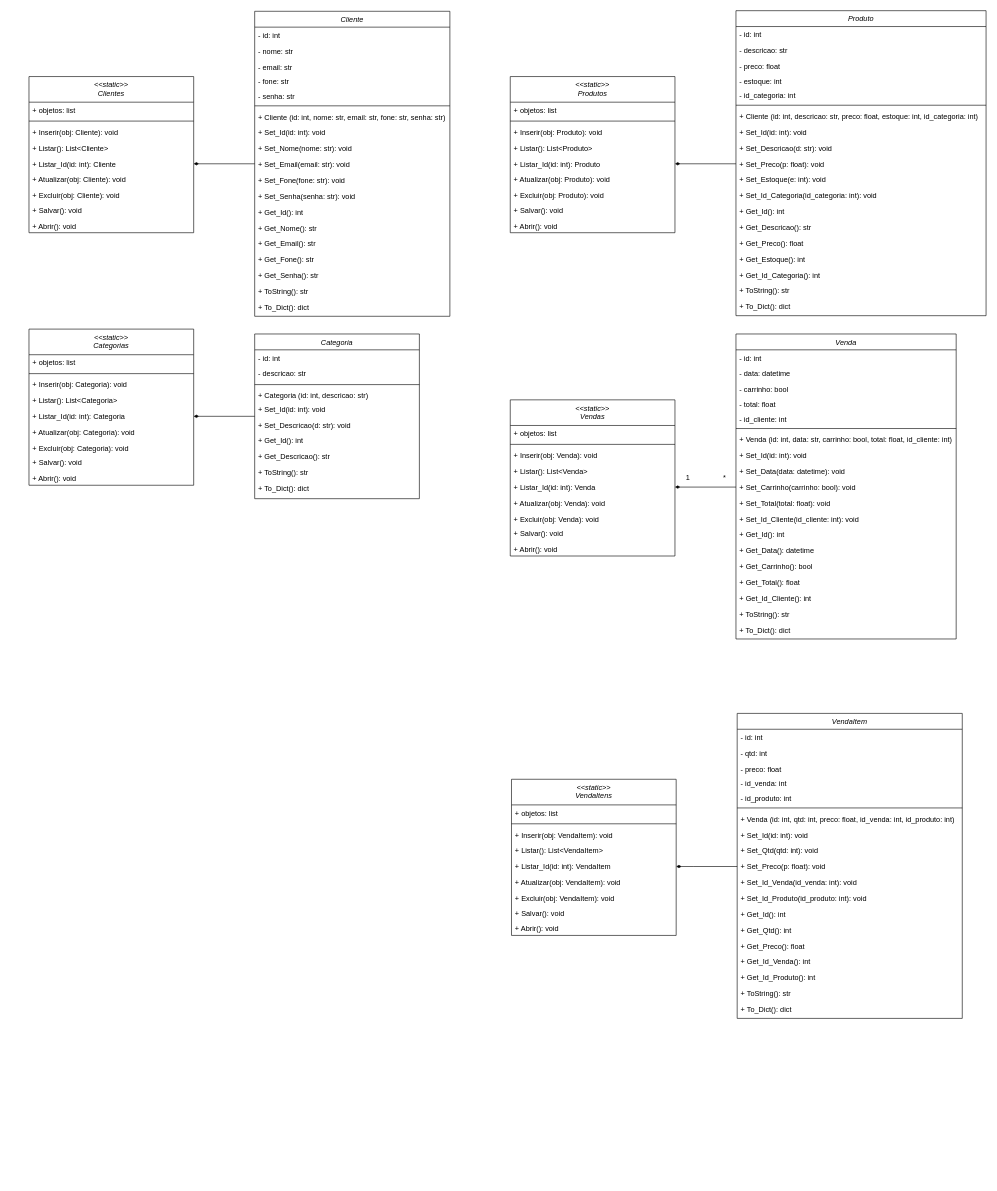
rubythais/Aulas_POO keeps this draw.io diagram as Diagrama sem nome.drawio. Above is the earlier version. Source tidied: cells renumbered, new cells numbered last; positions are measured from the earlier drawing's top-left corner, leaving out a move shared by most shapes. Both pictures are drawn from the tidied source at 61%, with x=0, y=0 at pixel (29, 10).
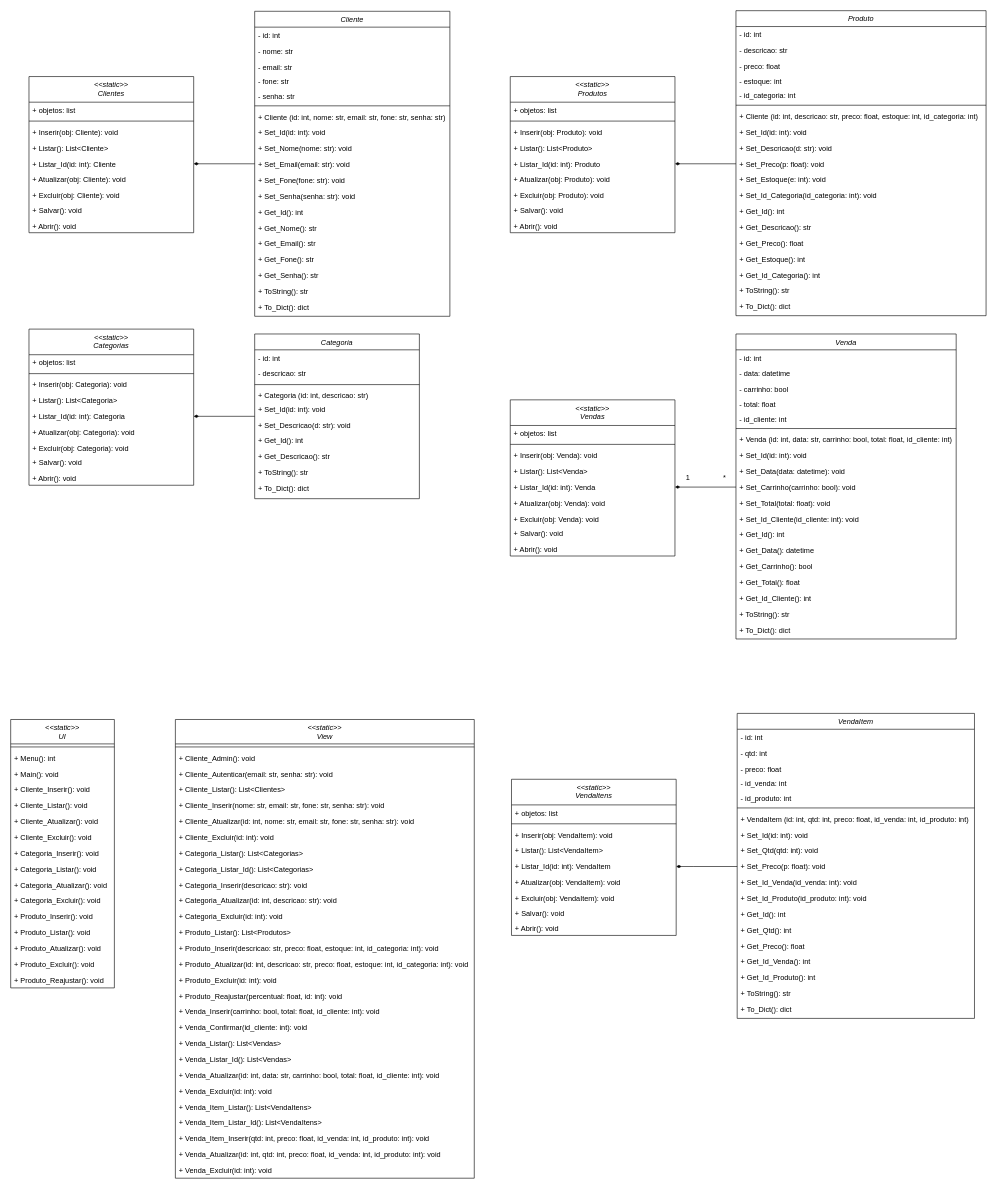
The same diagram, later.

What changed in the source:
```diff
@@
     <mxCell id="119" value="VendaItem" style="swimlane;fontStyle=2;align=center;verticalAlign=top;horizontal=1;startSize=26;rounded=0;shadow=0;strokeWidth=1;" parent="1" vertex="1">
-      <mxGeometry x="1161" y="1152" width="369" height="500" as="geometry" />
+      <mxGeometry x="1161" y="1152" width="389" height="500" as="geometry" />
     </mxCell>
     <mxCell id="120" value="- id: int" style="text;align=left;verticalAlign=top;spacingLeft=4;spacingRight=4;overflow=hidden;" parent="119" vertex="1">
-      <mxGeometry y="26" width="369" height="26" as="geometry" />
+      <mxGeometry y="26" width="389" height="26" as="geometry" />
     </mxCell>
     <mxCell id="121" value="- qtd: int" style="text;align=left;verticalAlign=top;spacingLeft=4;spacingRight=4;overflow=hidden;rounded=0;shadow=0;html=0;" parent="119" vertex="1">
-      <mxGeometry y="52" width="369" height="26" as="geometry" />
+      <mxGeometry y="52" width="389" height="26" as="geometry" />
     </mxCell>
     <mxCell id="122" value="- preco: float" style="text;align=left;verticalAlign=top;spacingLeft=4;spacingRight=4;overflow=hidden;rounded=0;shadow=0;html=0;" parent="119" vertex="1">
-      <mxGeometry y="78" width="369" height="24" as="geometry" />
+      <mxGeometry y="78" width="389" height="24" as="geometry" />
     </mxCell>
     <mxCell id="123" value="- id_venda: int" style="text;align=left;verticalAlign=top;spacingLeft=4;spacingRight=4;overflow=hidden;rounded=0;shadow=0;html=0;" parent="119" vertex="1">
-      <mxGeometry y="102" width="369" height="24" as="geometry" />
+      <mxGeometry y="102" width="389" height="24" as="geometry" />
     </mxCell>
     <mxCell id="124" value="- id_produto: int" style="text;align=left;verticalAlign=top;spacingLeft=4;spacingRight=4;overflow=hidden;rounded=0;shadow=0;html=0;" parent="119" vertex="1">
-      <mxGeometry y="126" width="369" height="24" as="geometry" />
+      <mxGeometry y="126" width="389" height="24" as="geometry" />
     </mxCell>
     <mxCell id="125" style="line;html=1;strokeWidth=1;align=left;verticalAlign=middle;spacingTop=-1;spacingLeft=3;spacingRight=3;labelPosition=right;" parent="119" vertex="1">
-      <mxGeometry y="150" width="369" height="10" as="geometry" />
+      <mxGeometry y="150" width="389" height="10" as="geometry" />
     </mxCell>
-    <mxCell id="126" value="+ Venda (id: int, qtd: int, preco: float, id_venda: int, id_produto: int)" style="text;align=left;verticalAlign=top;spacingLeft=4;spacingRight=4;overflow=hidden;" parent="119" vertex="1">
-      <mxGeometry y="160" width="369" height="26" as="geometry" />
+    <mxCell id="126" value="+ VendaItem (id: int, qtd: int, preco: float, id_venda: int, id_produto: int)" style="text;align=left;verticalAlign=top;spacingLeft=4;spacingRight=4;overflow=hidden;" parent="119" vertex="1">
+      <mxGeometry y="160" width="389" height="26" as="geometry" />
     </mxCell>
     <mxCell id="127" value="+ Set_Id(id: int): void" style="text;align=left;verticalAlign=top;spacingLeft=4;spacingRight=4;overflow=hidden;" parent="119" vertex="1">
-      <mxGeometry y="186" width="369" height="26" as="geometry" />
+      <mxGeometry y="186" width="389" height="26" as="geometry" />
     </mxCell>
     <mxCell id="128" value="+ Set_Qtd(qtd: int): void" style="text;align=left;verticalAlign=top;spacingLeft=4;spacingRight=4;overflow=hidden;" parent="119" vertex="1">
-      <mxGeometry y="212" width="369" height="26" as="geometry" />
+      <mxGeometry y="212" width="389" height="26" as="geometry" />
     </mxCell>
     <mxCell id="129" value="+ Set_Preco(p: float): void" style="text;align=left;verticalAlign=top;spacingLeft=4;spacingRight=4;overflow=hidden;points=[[0,0.5],[1,0.5]];portConstraint=eastwest;" parent="119" vertex="1">
-      <mxGeometry y="238" width="369" height="26" as="geometry" />
+      <mxGeometry y="238" width="389" height="26" as="geometry" />
     </mxCell>
     <mxCell id="130" value="+ Set_Id_Venda(id_venda: int): void" style="text;align=left;verticalAlign=top;spacingLeft=4;spacingRight=4;overflow=hidden;" parent="119" vertex="1">
-      <mxGeometry y="264" width="369" height="26" as="geometry" />
+      <mxGeometry y="264" width="389" height="26" as="geometry" />
     </mxCell>
     <mxCell id="131" value="+ Set_Id_Produto(id_produto: int): void" style="text;align=left;verticalAlign=top;spacingLeft=4;spacingRight=4;overflow=hidden;" parent="119" vertex="1">
-      <mxGeometry y="290" width="369" height="26" as="geometry" />
+      <mxGeometry y="290" width="389" height="26" as="geometry" />
     </mxCell>
     <mxCell id="132" value="+ Get_Id(): int" style="text;align=left;verticalAlign=top;spacingLeft=4;spacingRight=4;overflow=hidden;" parent="119" vertex="1">
-      <mxGeometry y="316" width="369" height="26" as="geometry" />
+      <mxGeometry y="316" width="389" height="26" as="geometry" />
     </mxCell>
     <mxCell id="133" value="+ Get_Qtd(): int" style="text;align=left;verticalAlign=top;spacingLeft=4;spacingRight=4;overflow=hidden;" parent="119" vertex="1">
-      <mxGeometry y="342" width="369" height="26" as="geometry" />
+      <mxGeometry y="342" width="389" height="26" as="geometry" />
     </mxCell>
     <mxCell id="134" value="+ Get_Preco(): float" style="text;align=left;verticalAlign=top;spacingLeft=4;spacingRight=4;overflow=hidden;" parent="119" vertex="1">
-      <mxGeometry y="368" width="369" height="26" as="geometry" />
+      <mxGeometry y="368" width="389" height="26" as="geometry" />
     </mxCell>
     <mxCell id="135" value="+ Get_Id_Venda(): int" style="text;align=left;verticalAlign=top;spacingLeft=4;spacingRight=4;overflow=hidden;" parent="119" vertex="1">
-      <mxGeometry y="394" width="369" height="26" as="geometry" />
+      <mxGeometry y="394" width="389" height="26" as="geometry" />
     </mxCell>
     <mxCell id="136" value="+ Get_Id_Produto(): int" style="text;align=left;verticalAlign=top;spacingLeft=4;spacingRight=4;overflow=hidden;" parent="119" vertex="1">
-      <mxGeometry y="420" width="369" height="26" as="geometry" />
+      <mxGeometry y="420" width="389" height="26" as="geometry" />
     </mxCell>
     <mxCell id="137" value="+ ToString(): str" style="text;align=left;verticalAlign=top;spacingLeft=4;spacingRight=4;overflow=hidden;" parent="119" vertex="1">
-      <mxGeometry y="446" width="369" height="26" as="geometry" />
+      <mxGeometry y="446" width="389" height="26" as="geometry" />
     </mxCell>
     <mxCell id="138" value="+ To_Dict(): dict" style="text;align=left;verticalAlign=top;spacingLeft=4;spacingRight=4;overflow=hidden;" parent="119" vertex="1">
-      <mxGeometry y="472" width="369" height="26" as="geometry" />
+      <mxGeometry y="472" width="389" height="26" as="geometry" />
     </mxCell>
@@
+    <mxCell id="150" value="&lt;&lt;static&gt;&gt;&#10;UI" style="swimlane;fontStyle=2;align=center;verticalAlign=top;horizontal=1;startSize=40;rounded=0;shadow=0;strokeWidth=1;" parent="1" vertex="1">
+      <mxGeometry x="-30" y="1162" width="170" height="440" as="geometry" />
+    </mxCell>
+    <mxCell id="151" style="line;html=1;strokeWidth=1;align=left;verticalAlign=middle;spacingTop=-1;spacingLeft=3;spacingRight=3;labelPosition=right;" parent="150" vertex="1">
+      <mxGeometry y="40" width="170" height="10" as="geometry" />
+    </mxCell>
+    <mxCell id="152" value="+ Menu(): int" style="text;align=left;verticalAlign=top;spacingLeft=4;spacingRight=4;overflow=hidden;" parent="150" vertex="1">
+      <mxGeometry y="50" width="170" height="26" as="geometry" />
+    </mxCell>
+    <mxCell id="153" value="+ Main(): void" style="text;align=left;verticalAlign=top;spacingLeft=4;spacingRight=4;overflow=hidden;" parent="150" vertex="1">
+      <mxGeometry y="76" width="170" height="26" as="geometry" />
+    </mxCell>
+    <mxCell id="154" value="+ Cliente_Inserir(): void" style="text;align=left;verticalAlign=top;spacingLeft=4;spacingRight=4;overflow=hidden;" parent="150" vertex="1">
+      <mxGeometry y="102" width="170" height="26" as="geometry" />
+    </mxCell>
+    <mxCell id="155" value="+ Cliente_Listar(): void" style="text;align=left;verticalAlign=top;spacingLeft=4;spacingRight=4;overflow=hidden;" parent="150" vertex="1">
+      <mxGeometry y="128" width="170" height="26" as="geometry" />
+    </mxCell>
+    <mxCell id="156" value="+ Cliente_Atualizar(): void" style="text;align=left;verticalAlign=top;spacingLeft=4;spacingRight=4;overflow=hidden;" parent="150" vertex="1">
+      <mxGeometry y="154" width="170" height="26" as="geometry" />
+    </mxCell>
+    <mxCell id="157" value="+ Cliente_Excluir(): void" style="text;align=left;verticalAlign=top;spacingLeft=4;spacingRight=4;overflow=hidden;" parent="150" vertex="1">
+      <mxGeometry y="180" width="170" height="26" as="geometry" />
+    </mxCell>
+    <mxCell id="158" value="+ Categoria_Inserir(): void" style="text;align=left;verticalAlign=top;spacingLeft=4;spacingRight=4;overflow=hidden;" parent="150" vertex="1">
+      <mxGeometry y="206" width="170" height="26" as="geometry" />
+    </mxCell>
+    <mxCell id="159" value="+ Categoria_Listar(): void" style="text;align=left;verticalAlign=top;spacingLeft=4;spacingRight=4;overflow=hidden;" parent="150" vertex="1">
+      <mxGeometry y="232" width="170" height="26" as="geometry" />
+    </mxCell>
+    <mxCell id="160" value="+ Categoria_Atualizar(): void" style="text;align=left;verticalAlign=top;spacingLeft=4;spacingRight=4;overflow=hidden;" parent="150" vertex="1">
+      <mxGeometry y="258" width="170" height="26" as="geometry" />
+    </mxCell>
+    <mxCell id="161" value="+ Categoria_Excluir(): void" style="text;align=left;verticalAlign=top;spacingLeft=4;spacingRight=4;overflow=hidden;" parent="150" vertex="1">
+      <mxGeometry y="284" width="170" height="26" as="geometry" />
+    </mxCell>
+    <mxCell id="162" value="+ Produto_Inserir(): void" style="text;align=left;verticalAlign=top;spacingLeft=4;spacingRight=4;overflow=hidden;" parent="150" vertex="1">
+      <mxGeometry y="310" width="170" height="26" as="geometry" />
+    </mxCell>
+    <mxCell id="163" value="+ Produto_Listar(): void" style="text;align=left;verticalAlign=top;spacingLeft=4;spacingRight=4;overflow=hidden;" parent="150" vertex="1">
+      <mxGeometry y="336" width="170" height="26" as="geometry" />
+    </mxCell>
+    <mxCell id="164" value="+ Produto_Atualizar(): void" style="text;align=left;verticalAlign=top;spacingLeft=4;spacingRight=4;overflow=hidden;" parent="150" vertex="1">
+      <mxGeometry y="362" width="170" height="26" as="geometry" />
+    </mxCell>
+    <mxCell id="165" value="+ Produto_Excluir(): void" style="text;align=left;verticalAlign=top;spacingLeft=4;spacingRight=4;overflow=hidden;" parent="150" vertex="1">
+      <mxGeometry y="388" width="170" height="26" as="geometry" />
+    </mxCell>
+    <mxCell id="166" value="+ Produto_Reajustar(): void" style="text;align=left;verticalAlign=top;spacingLeft=4;spacingRight=4;overflow=hidden;" parent="150" vertex="1">
+      <mxGeometry y="414" width="170" height="26" as="geometry" />
+    </mxCell>
+    <mxCell id="167" value="&lt;&lt;static&gt;&gt;&#10;View" style="swimlane;fontStyle=2;align=center;verticalAlign=top;horizontal=1;startSize=40;rounded=0;shadow=0;strokeWidth=1;" parent="1" vertex="1">
+      <mxGeometry x="240" y="1162" width="490" height="752" as="geometry" />
+    </mxCell>
+    <mxCell id="168" style="line;html=1;strokeWidth=1;align=left;verticalAlign=middle;spacingTop=-1;spacingLeft=3;spacingRight=3;labelPosition=right;" parent="167" vertex="1">
+      <mxGeometry y="40" width="490" height="10" as="geometry" />
+    </mxCell>
+    <mxCell id="169" value="+ Cliente_Admin(): void" style="text;align=left;verticalAlign=top;spacingLeft=4;spacingRight=4;overflow=hidden;" parent="167" vertex="1">
+      <mxGeometry y="50" width="490" height="26" as="geometry" />
+    </mxCell>
+    <mxCell id="170" value="+ Cliente_Autenticar(email: str, senha: str): void" style="text;align=left;verticalAlign=top;spacingLeft=4;spacingRight=4;overflow=hidden;" parent="167" vertex="1">
+      <mxGeometry y="76" width="490" height="26" as="geometry" />
+    </mxCell>
+    <mxCell id="171" value="+ Cliente_Listar(): List&lt;Clientes&gt;" style="text;align=left;verticalAlign=top;spacingLeft=4;spacingRight=4;overflow=hidden;" parent="167" vertex="1">
+      <mxGeometry y="102" width="490" height="26" as="geometry" />
+    </mxCell>
+    <mxCell id="172" value="+ Cliente_Inserir(nome: str, email: str, fone: str, senha: str): void" style="text;align=left;verticalAlign=top;spacingLeft=4;spacingRight=4;overflow=hidden;" parent="167" vertex="1">
+      <mxGeometry y="128" width="490" height="26" as="geometry" />
+    </mxCell>
+    <mxCell id="173" value="+ Cliente_Atualizar(id: int, nome: str, email: str, fone: str, senha: str): void" style="text;align=left;verticalAlign=top;spacingLeft=4;spacingRight=4;overflow=hidden;" parent="167" vertex="1">
+      <mxGeometry y="154" width="490" height="26" as="geometry" />
+    </mxCell>
+    <mxCell id="174" value="+ Cliente_Excluir(id: int): void" style="text;align=left;verticalAlign=top;spacingLeft=4;spacingRight=4;overflow=hidden;" parent="167" vertex="1">
+      <mxGeometry y="180" width="490" height="26" as="geometry" />
+    </mxCell>
+    <mxCell id="175" value="+ Categoria_Listar(): List&lt;Categorias&gt;" style="text;align=left;verticalAlign=top;spacingLeft=4;spacingRight=4;overflow=hidden;" parent="167" vertex="1">
+      <mxGeometry y="206" width="490" height="26" as="geometry" />
+    </mxCell>
+    <mxCell id="176" value="+ Categoria_Listar_Id(): List&lt;Categorias&gt;" style="text;align=left;verticalAlign=top;spacingLeft=4;spacingRight=4;overflow=hidden;" parent="167" vertex="1">
+      <mxGeometry y="232" width="490" height="26" as="geometry" />
+    </mxCell>
+    <mxCell id="177" value="+ Categoria_Inserir(descricao: str): void" style="text;align=left;verticalAlign=top;spacingLeft=4;spacingRight=4;overflow=hidden;" parent="167" vertex="1">
+      <mxGeometry y="258" width="490" height="26" as="geometry" />
+    </mxCell>
+    <mxCell id="178" value="+ Categoria_Atualizar(id: int, descricao: str): void" style="text;align=left;verticalAlign=top;spacingLeft=4;spacingRight=4;overflow=hidden;" parent="167" vertex="1">
+      <mxGeometry y="284" width="490" height="26" as="geometry" />
+    </mxCell>
+    <mxCell id="179" value="+ Categoria_Excluir(id: int): void" style="text;align=left;verticalAlign=top;spacingLeft=4;spacingRight=4;overflow=hidden;" parent="167" vertex="1">
+      <mxGeometry y="310" width="490" height="26" as="geometry" />
+    </mxCell>
+    <mxCell id="180" value="+ Produto_Listar(): List&lt;Produtos&gt;" style="text;align=left;verticalAlign=top;spacingLeft=4;spacingRight=4;overflow=hidden;" parent="167" vertex="1">
+      <mxGeometry y="336" width="490" height="26" as="geometry" />
+    </mxCell>
+    <mxCell id="181" value="+ Produto_Inserir(descricao: str, preco: float, estoque: int, id_categoria: int): void" style="text;align=left;verticalAlign=top;spacingLeft=4;spacingRight=4;overflow=hidden;" parent="167" vertex="1">
+      <mxGeometry y="362" width="490" height="26" as="geometry" />
+    </mxCell>
+    <mxCell id="182" value="+ Produto_Atualizar(id: int, descricao: str, preco: float, estoque: int, id_categoria: int): void" style="text;align=left;verticalAlign=top;spacingLeft=4;spacingRight=4;overflow=hidden;" parent="167" vertex="1">
+      <mxGeometry y="388" width="490" height="26" as="geometry" />
+    </mxCell>
+    <mxCell id="183" value="+ Produto_Excluir(id: int): void" style="text;align=left;verticalAlign=top;spacingLeft=4;spacingRight=4;overflow=hidden;" parent="167" vertex="1">
+      <mxGeometry y="414" width="490" height="26" as="geometry" />
+    </mxCell>
+    <mxCell id="184" value="+ Produto_Reajustar(percentual: float, id: int): void" style="text;align=left;verticalAlign=top;spacingLeft=4;spacingRight=4;overflow=hidden;" parent="167" vertex="1">
+      <mxGeometry y="440" width="490" height="26" as="geometry" />
+    </mxCell>
+    <mxCell id="185" value="+ Venda_Inserir(carrinho: bool, total: float, id_cliente: int): void" style="text;align=left;verticalAlign=top;spacingLeft=4;spacingRight=4;overflow=hidden;" parent="167" vertex="1">
+      <mxGeometry y="466" width="490" height="26" as="geometry" />
+    </mxCell>
+    <mxCell id="186" value="+ Venda_Confirmar(id_cliente: int): void" style="text;align=left;verticalAlign=top;spacingLeft=4;spacingRight=4;overflow=hidden;" parent="167" vertex="1">
+      <mxGeometry y="492" width="490" height="26" as="geometry" />
+    </mxCell>
+    <mxCell id="187" value="+ Venda_Listar(): List&lt;Vendas&gt;" style="text;align=left;verticalAlign=top;spacingLeft=4;spacingRight=4;overflow=hidden;" parent="167" vertex="1">
+      <mxGeometry y="518" width="490" height="26" as="geometry" />
+    </mxCell>
+    <mxCell id="188" value="+ Venda_Listar_Id(): List&lt;Vendas&gt;" style="text;align=left;verticalAlign=top;spacingLeft=4;spacingRight=4;overflow=hidden;" parent="167" vertex="1">
+      <mxGeometry y="544" width="490" height="26" as="geometry" />
+    </mxCell>
+    <mxCell id="189" value="+ Venda_Atualizar(id: int, data: str, carrinho: bool, total: float, id_cliente: int): void" style="text;align=left;verticalAlign=top;spacingLeft=4;spacingRight=4;overflow=hidden;" parent="167" vertex="1">
+      <mxGeometry y="570" width="490" height="26" as="geometry" />
+    </mxCell>
+    <mxCell id="190" value="+ Venda_Excluir(id: int): void" style="text;align=left;verticalAlign=top;spacingLeft=4;spacingRight=4;overflow=hidden;" parent="167" vertex="1">
+      <mxGeometry y="596" width="490" height="26" as="geometry" />
+    </mxCell>
+    <mxCell id="191" value="+ Venda_Item_Listar(): List&lt;VendaItens&gt;" style="text;align=left;verticalAlign=top;spacingLeft=4;spacingRight=4;overflow=hidden;" parent="167" vertex="1">
+      <mxGeometry y="622" width="490" height="26" as="geometry" />
+    </mxCell>
+    <mxCell id="192" value="+ Venda_Item_Listar_Id(): List&lt;VendaItens&gt;" style="text;align=left;verticalAlign=top;spacingLeft=4;spacingRight=4;overflow=hidden;" parent="167" vertex="1">
+      <mxGeometry y="648" width="490" height="26" as="geometry" />
+    </mxCell>
+    <mxCell id="193" value="+ Venda_Item_Inserir(qtd: int, preco: float, id_venda: int, id_produto: int): void" style="text;align=left;verticalAlign=top;spacingLeft=4;spacingRight=4;overflow=hidden;" parent="167" vertex="1">
+      <mxGeometry y="674" width="490" height="26" as="geometry" />
+    </mxCell>
+    <mxCell id="194" value="+ Venda_Atualizar(id: int, qtd: int, preco: float, id_venda: int, id_produto: int): void" style="text;align=left;verticalAlign=top;spacingLeft=4;spacingRight=4;overflow=hidden;" parent="167" vertex="1">
+      <mxGeometry y="700" width="490" height="26" as="geometry" />
+    </mxCell>
+    <mxCell id="195" value="+ Venda_Excluir(id: int): void" style="text;align=left;verticalAlign=top;spacingLeft=4;spacingRight=4;overflow=hidden;" parent="167" vertex="1">
+      <mxGeometry y="726" width="490" height="26" as="geometry" />
+    </mxCell>
```
